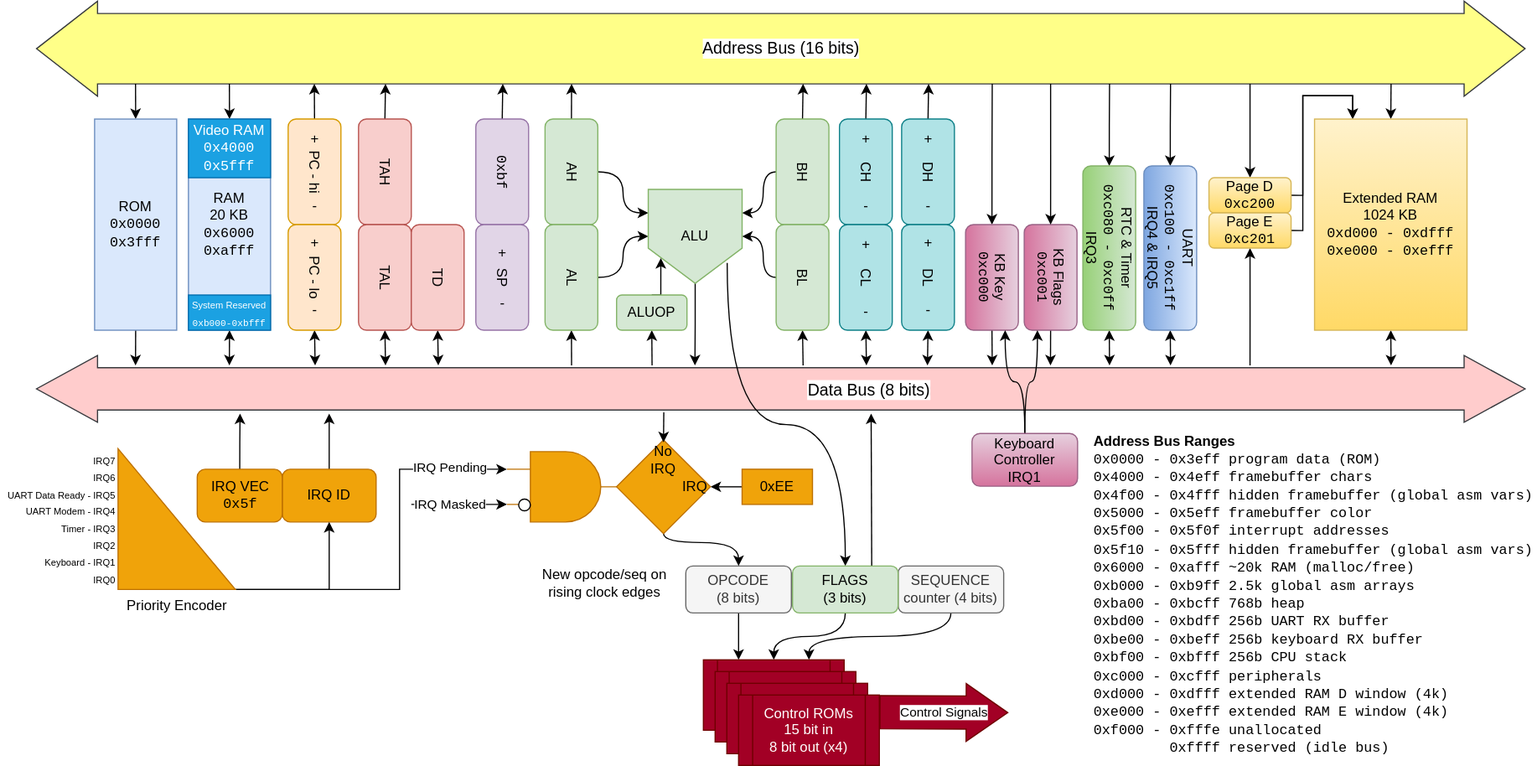
skaven81/wirewrapodyssey.com keeps this draw.io diagram as img/CPU Block Diagram.drawio.svg. Above is the earlier version. Source tidied: cells renumbered, new cells last; positions are measured from the earlier drawing's top-left corner, leaving out a move shared by most shapes.
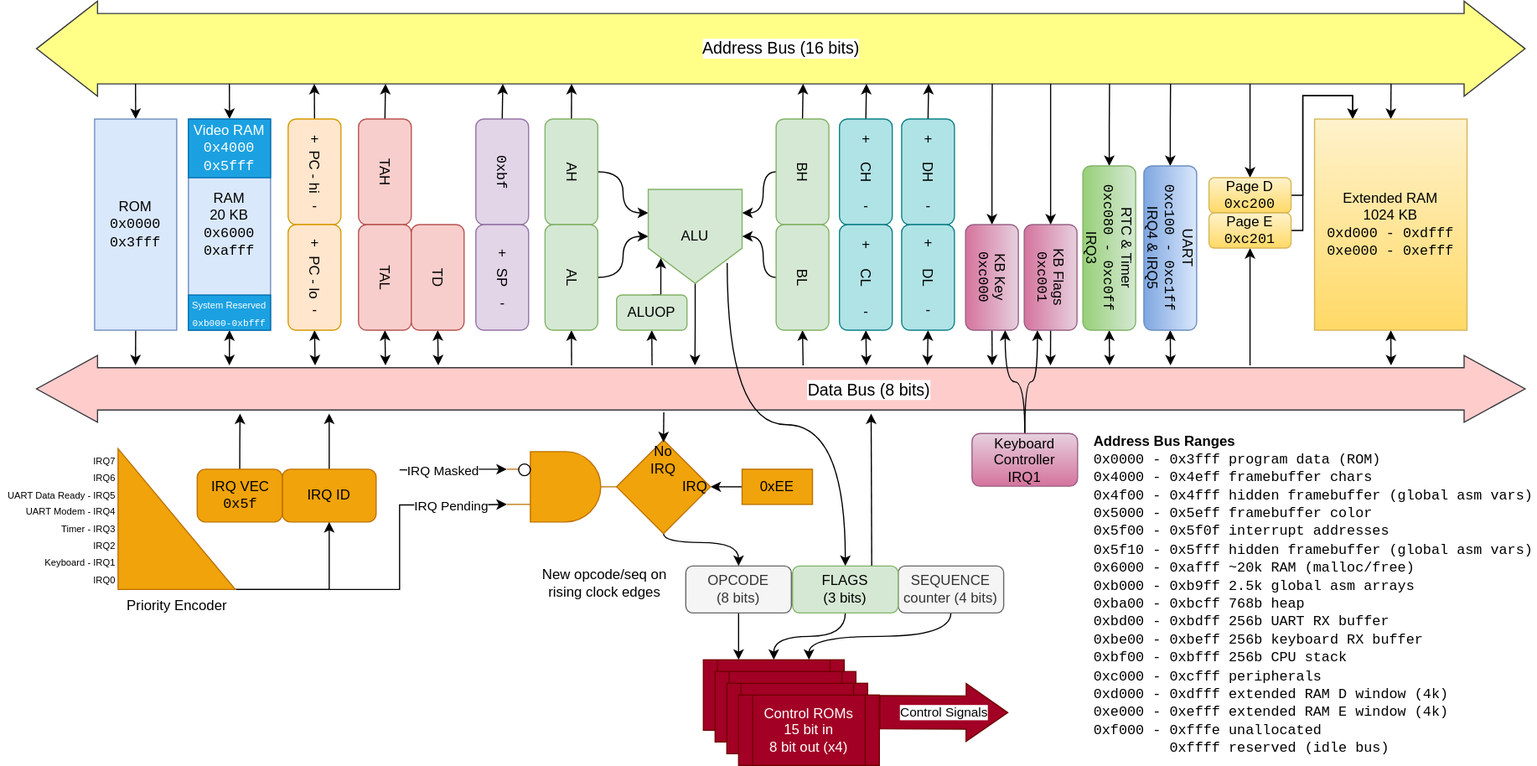
Later version of the same file.

Commit message:
Fix typo in memory map

Change to the diagram source:
```diff
@@ -393,7 +393,7 @@
     <mxCell id="97" value="&lt;font style=&quot;font-size: 8px;&quot;&gt;&lt;font style=&quot;font-size: 8px;&quot;&gt;System Reserved&lt;br&gt;&lt;/font&gt;&lt;font style=&quot;font-size: 8px;&quot; face=&quot;Courier New&quot;&gt;0xb000-0xbfff&lt;/font&gt;&lt;/font&gt;" style="rounded=0;whiteSpace=wrap;html=1;fillColor=#1ba1e2;strokeColor=#006EAF;fontColor=#ffffff;" parent="1" vertex="1">
       <mxGeometry x="160" y="210" width="70" height="30" as="geometry" />
     </mxCell>
-    <mxCell id="98" value="&lt;div&gt;&lt;b&gt;Address Bus Ranges&lt;/b&gt;&lt;/div&gt;&lt;div&gt;&lt;font face=&quot;Courier New&quot;&gt;0x0000 - 0x3eff program data (ROM)&lt;/font&gt;&lt;/div&gt;&lt;div&gt;&lt;font face=&quot;Courier New&quot;&gt;0x4000 - 0x4eff framebuffer chars&lt;/font&gt;&lt;/div&gt;&lt;div&gt;&lt;font face=&quot;Courier New&quot;&gt;0x4f00 - 0x4fff hidden framebuffer (global asm vars)&lt;/font&gt;&lt;/div&gt;&lt;div&gt;&lt;font face=&quot;Courier New&quot;&gt;0x5000 - 0x5eff framebuffer color&lt;/font&gt;&lt;/div&gt;&lt;div&gt;&lt;font face=&quot;Courier New&quot;&gt;0x5f00 - 0x5f0f interrupt addresses&lt;/font&gt;&lt;/div&gt;&lt;div&gt;&lt;font face=&quot;Courier New&quot;&gt;0x5f10 - 0x5fff hidden framebuffer (global asm vars)&lt;/font&gt;&lt;/div&gt;&lt;div&gt;&lt;font face=&quot;Courier New&quot;&gt;0x6000 - 0xafff ~20k RAM (malloc/free)&lt;/font&gt;&lt;/div&gt;&lt;div&gt;&lt;font face=&quot;Courier New&quot;&gt;0xb000 - 0xb9ff 2.5k global asm arrays&lt;/font&gt;&lt;/div&gt;&lt;div&gt;&lt;font face=&quot;Courier New&quot;&gt;0xba00 - 0xbcff 768b heap&lt;/font&gt;&lt;/div&gt;&lt;div&gt;&lt;font face=&quot;Courier New&quot;&gt;0xbd00 - 0xbdff 256b UART RX buffer&lt;/font&gt;&lt;/div&gt;&lt;div&gt;&lt;font face=&quot;Courier New&quot;&gt;0xbe00 - 0xbeff 256b keyboard RX buffer&lt;/font&gt;&lt;/div&gt;&lt;div&gt;&lt;font face=&quot;Courier New&quot;&gt;0xbf00 - 0xbfff 256b CPU stack&lt;/font&gt;&lt;/div&gt;&lt;div&gt;&lt;font face=&quot;Courier New&quot;&gt;0xc000 - 0xcfff peripherals&lt;/font&gt;&lt;/div&gt;&lt;div&gt;&lt;span style=&quot;font-family: &amp;quot;Courier New&amp;quot;; background-color: initial;&quot;&gt;0xd000 - 0xdfff extended RAM D window (4k)&lt;/span&gt;&lt;br&gt;&lt;/div&gt;&lt;div&gt;&lt;font face=&quot;Courier New&quot;&gt;0xe000 - 0xefff extended RAM E window (4k)&lt;/font&gt;&lt;/div&gt;&lt;div&gt;&lt;font face=&quot;Courier New&quot;&gt;0xf000 - 0xfffe unallocated&lt;/font&gt;&lt;/div&gt;&lt;div&gt;&lt;font face=&quot;Courier New&quot;&gt;&amp;nbsp; &amp;nbsp; &amp;nbsp; &amp;nbsp; &amp;nbsp;0xffff reserved (idle bus)&amp;nbsp;&lt;/font&gt;&lt;/div&gt;" style="text;strokeColor=none;align=left;fillColor=none;html=1;verticalAlign=middle;whiteSpace=wrap;rounded=0;" parent="1" vertex="1">
+    <mxCell id="98" value="&lt;div&gt;&lt;b&gt;Address Bus Ranges&lt;/b&gt;&lt;/div&gt;&lt;div&gt;&lt;font face=&quot;Courier New&quot;&gt;0x0000 - 0x3fff program data (ROM)&lt;/font&gt;&lt;/div&gt;&lt;div&gt;&lt;font face=&quot;Courier New&quot;&gt;0x4000 - 0x4eff framebuffer chars&lt;/font&gt;&lt;/div&gt;&lt;div&gt;&lt;font face=&quot;Courier New&quot;&gt;0x4f00 - 0x4fff hidden framebuffer (global asm vars)&lt;/font&gt;&lt;/div&gt;&lt;div&gt;&lt;font face=&quot;Courier New&quot;&gt;0x5000 - 0x5eff framebuffer color&lt;/font&gt;&lt;/div&gt;&lt;div&gt;&lt;font face=&quot;Courier New&quot;&gt;0x5f00 - 0x5f0f interrupt addresses&lt;/font&gt;&lt;/div&gt;&lt;div&gt;&lt;font face=&quot;Courier New&quot;&gt;0x5f10 - 0x5fff hidden framebuffer (global asm vars)&lt;/font&gt;&lt;/div&gt;&lt;div&gt;&lt;font face=&quot;Courier New&quot;&gt;0x6000 - 0xafff ~20k RAM (malloc/free)&lt;/font&gt;&lt;/div&gt;&lt;div&gt;&lt;font face=&quot;Courier New&quot;&gt;0xb000 - 0xb9ff 2.5k global asm arrays&lt;/font&gt;&lt;/div&gt;&lt;div&gt;&lt;font face=&quot;Courier New&quot;&gt;0xba00 - 0xbcff 768b heap&lt;/font&gt;&lt;/div&gt;&lt;div&gt;&lt;font face=&quot;Courier New&quot;&gt;0xbd00 - 0xbdff 256b UART RX buffer&lt;/font&gt;&lt;/div&gt;&lt;div&gt;&lt;font face=&quot;Courier New&quot;&gt;0xbe00 - 0xbeff 256b keyboard RX buffer&lt;/font&gt;&lt;/div&gt;&lt;div&gt;&lt;font face=&quot;Courier New&quot;&gt;0xbf00 - 0xbfff 256b CPU stack&lt;/font&gt;&lt;/div&gt;&lt;div&gt;&lt;font face=&quot;Courier New&quot;&gt;0xc000 - 0xcfff peripherals&lt;/font&gt;&lt;/div&gt;&lt;div&gt;&lt;span style=&quot;font-family: &amp;quot;Courier New&amp;quot;; background-color: initial;&quot;&gt;0xd000 - 0xdfff extended RAM D window (4k)&lt;/span&gt;&lt;br&gt;&lt;/div&gt;&lt;div&gt;&lt;font face=&quot;Courier New&quot;&gt;0xe000 - 0xefff extended RAM E window (4k)&lt;/font&gt;&lt;/div&gt;&lt;div&gt;&lt;font face=&quot;Courier New&quot;&gt;0xf000 - 0xfffe unallocated&lt;/font&gt;&lt;/div&gt;&lt;div&gt;&lt;font face=&quot;Courier New&quot;&gt;&amp;nbsp; &amp;nbsp; &amp;nbsp; &amp;nbsp; &amp;nbsp;0xffff reserved (idle bus)&amp;nbsp;&lt;/font&gt;&lt;/div&gt;" style="text;strokeColor=none;align=left;fillColor=none;html=1;verticalAlign=middle;whiteSpace=wrap;rounded=0;" parent="1" vertex="1">
       <mxGeometry x="930" y="331" width="380" height="270" as="geometry" />
     </mxCell>
     <mxCell id="99" style="edgeStyle=orthogonalEdgeStyle;rounded=0;jettySize=auto;html=1;exitX=1;exitY=1;exitDx=0;exitDy=0;exitPerimeter=0;entryX=0.5;entryY=1;entryDx=0;entryDy=0;" parent="1" edge="1" source="102" target="69">
@@ -403,17 +403,18 @@
         </Array>
       </mxGeometry>
     </mxCell>
-    <mxCell id="100" style="edgeStyle=orthogonalEdgeStyle;rounded=0;jettySize=auto;html=1;exitX=1;exitY=1;exitDx=0;exitDy=0;exitPerimeter=0;entryX=0;entryY=0.25;entryDx=0;entryDy=0;entryPerimeter=0;" parent="1" edge="1" source="102" target="107">
+    <mxCell id="100" style="edgeStyle=orthogonalEdgeStyle;rounded=0;jettySize=auto;html=1;exitX=1;exitY=1;exitDx=0;exitDy=0;exitPerimeter=0;entryX=0;entryY=0.75;entryDx=0;entryDy=0;entryPerimeter=0;" parent="1" edge="1" source="102" target="107">
       <mxGeometry relative="1" as="geometry">
         <Array as="points">
           <mxPoint x="340" y="461" />
-          <mxPoint x="340" y="358" />
+          <mxPoint x="340" y="389" />
+          <mxPoint x="400" y="389" />
         </Array>
       </mxGeometry>
     </mxCell>
     <mxCell id="101" value="IRQ Pending" style="edgeLabel;html=1;align=center;verticalAlign=middle;" parent="100" vertex="1">
       <mxGeometry x="0.67" y="2" relative="1" as="geometry">
-        <mxPoint x="7" as="offset" />
+        <mxPoint x="2" y="2" as="offset" />
       </mxGeometry>
     </mxCell>
     <mxCell id="102" value="Priority Encoder" style="verticalLabelPosition=bottom;verticalAlign=top;html=1;shape=mxgraph.basic.orthogonal_triangle;fillColor=#f0a30a;fontColor=#000000;strokeColor=#BD7000;" parent="1" vertex="1">
@@ -425,9 +426,9 @@
     <mxCell id="104" style="group;" parent="1" vertex="1">
       <mxGeometry x="431.5" y="343.5" width="138.5" height="60" as="geometry" />
     </mxCell>
-    <mxCell id="105" style="edgeStyle=orthogonalEdgeStyle;rounded=0;jettySize=auto;html=1;exitX=0;exitY=0.75;exitDx=0;exitDy=0;exitPerimeter=0;startArrow=classic;startFill=1;endArrow=none;endFill=0;" parent="104" edge="1" source="107">
+    <mxCell id="105" style="edgeStyle=orthogonalEdgeStyle;rounded=0;jettySize=auto;html=1;exitX=0;exitY=0.25;exitDx=0;exitDy=0;exitPerimeter=0;startArrow=classic;startFill=1;endArrow=none;endFill=0;" parent="104" edge="1" source="107">
       <mxGeometry relative="1" as="geometry">
-        <mxPoint x="-81.5" y="45" as="targetPoint" />
+        <mxPoint x="-91.5" y="15.5" as="targetPoint" />
       </mxGeometry>
     </mxCell>
     <mxCell id="106" value="IRQ Masked" style="edgeLabel;html=1;align=center;verticalAlign=middle;" parent="105" vertex="1">
@@ -439,7 +440,7 @@
       <mxGeometry width="100" height="60" as="geometry" />
     </mxCell>
     <mxCell id="108" style="ellipse;whiteSpace=wrap;html=1;" parent="104" vertex="1">
-      <mxGeometry x="10" y="40.5" width="10" height="10" as="geometry" />
+      <mxGeometry x="10" y="10.5" width="10" height="10" as="geometry" />
     </mxCell>
     <mxCell id="109" style="edgeStyle=orthogonalEdgeStyle;rounded=0;jettySize=auto;html=1;exitX=0.5;exitY=1;exitDx=0;exitDy=0;entryX=0.5;entryY=0;entryDx=0;entryDy=0;curved=1;" parent="1" edge="1" source="110" target="54">
       <mxGeometry relative="1" as="geometry">
```
